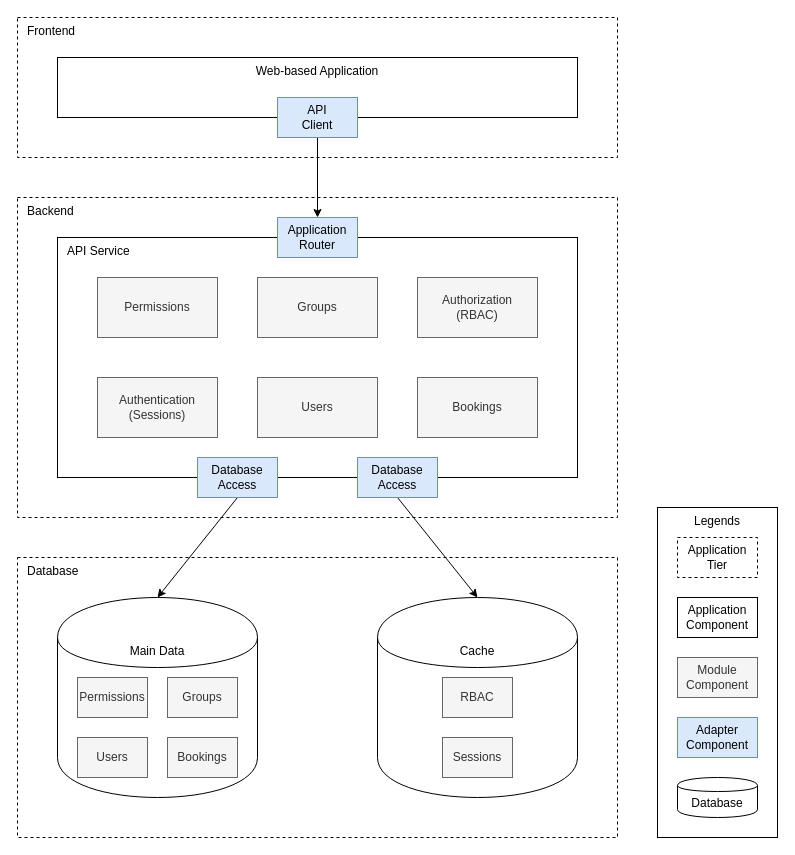
This is page "Level 2" (2 of 2) of docs/architectural-design.drawio from fhg-test/fhg-test, a draw.io file, before an edit. Source tidied: cells renumbered, new cells numbered last; positions are measured from the earlier drawing's top-left corner, leaving out a move shared by most shapes. Both pictures are drawn from the tidied source at 100%, with x=0, y=0 at pixel (17, 17).
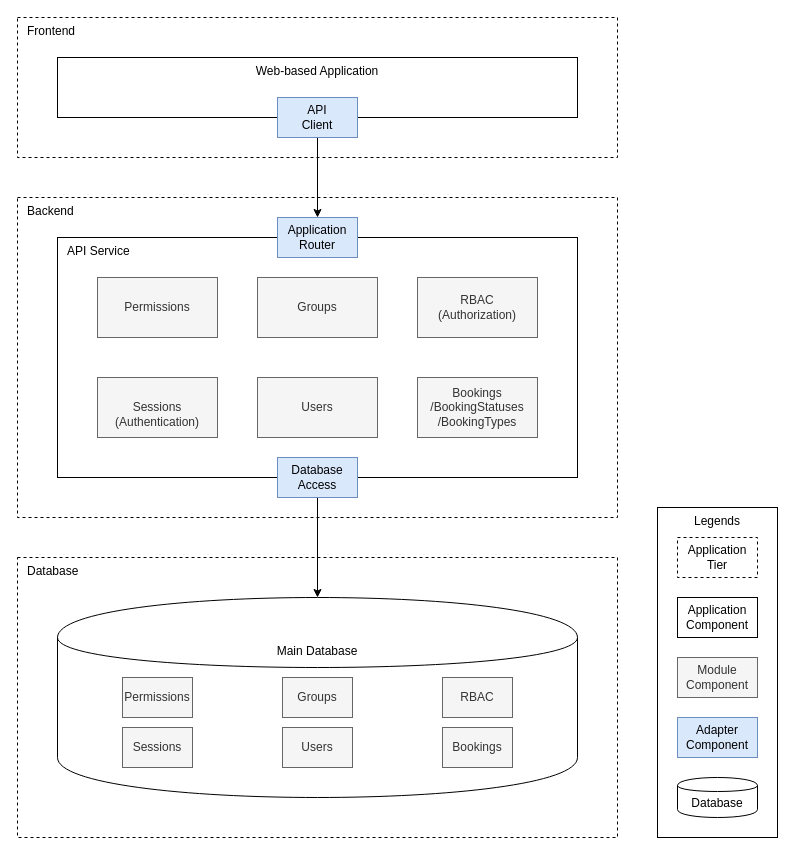
After the change.

Commit message (it also covers changes not shown here):
docs: update Architectural Design, Database Design & Technologies sections

What changed in the source:
```diff
@@
-    <mxCell id="2" value="Database" style="rounded=0;whiteSpace=wrap;html=1;dashed=1;spacingLeft=8;align=left;verticalAlign=top;" parent="1" vertex="1">
+    <mxCell id="2" value="Database" style="rounded=0;whiteSpace=wrap;html=1;dashed=1;spacingLeft=8;align=left;verticalAlign=top;fillColor=#ffffff;" parent="1" vertex="1">
       <mxGeometry y="540" width="600" height="280" as="geometry" />
     </mxCell>
-    <mxCell id="3" value="&lt;span&gt;Backend&lt;/span&gt;" style="rounded=0;whiteSpace=wrap;html=1;dashed=1;align=left;verticalAlign=top;spacingLeft=8;" parent="1" vertex="1">
+    <mxCell id="3" value="&lt;span&gt;Backend&lt;/span&gt;" style="rounded=0;whiteSpace=wrap;html=1;dashed=1;align=left;verticalAlign=top;spacingLeft=8;fillColor=#ffffff;" parent="1" vertex="1">
       <mxGeometry y="180" width="600" height="320" as="geometry" />
     </mxCell>
@@
-    <mxCell id="6" value="API Service" style="rounded=0;whiteSpace=wrap;html=1;align=left;verticalAlign=top;spacingLeft=8;" parent="1" vertex="1">
+    <mxCell id="6" value="API Service" style="rounded=0;whiteSpace=wrap;html=1;align=left;verticalAlign=top;spacingLeft=8;fillColor=#ffffff;" parent="1" vertex="1">
       <mxGeometry x="40" y="220" width="520" height="240" as="geometry" />
     </mxCell>
-    <mxCell id="7" value="Main Data" style="shape=cylinder;whiteSpace=wrap;html=1;boundedLbl=1;backgroundOutline=1;align=center;verticalAlign=top;" parent="1" vertex="1">
-      <mxGeometry x="40" y="580" width="200" height="200" as="geometry" />
+    <mxCell id="7" value="Main Database" style="shape=cylinder;whiteSpace=wrap;html=1;boundedLbl=1;backgroundOutline=1;align=center;verticalAlign=top;fillColor=#ffffff;" parent="1" vertex="1">
+      <mxGeometry x="40" y="580" width="520" height="200" as="geometry" />
     </mxCell>
@@
-    <mxCell id="10" style="endArrow=classic;html=1;exitX=0.5;exitY=1;exitDx=0;exitDy=0;entryX=0.5;entryY=0;entryDx=0;entryDy=0;" parent="1" edge="1" source="33" target="22">
-      <mxGeometry relative="1" as="geometry" />
-    </mxCell>
@@
-    <mxCell id="14" value="Authorization&lt;br&gt;(RBAC)" style="rounded=0;whiteSpace=wrap;html=1;fillColor=#f5f5f5;strokeColor=#666666;fontColor=#333333;" parent="1" vertex="1">
+    <mxCell id="14" value="RBAC&lt;br&gt;(Authorization)" style="rounded=0;whiteSpace=wrap;html=1;fillColor=#f5f5f5;strokeColor=#666666;fontColor=#333333;" parent="1" vertex="1">
       <mxGeometry x="400" y="260" width="120" height="60" as="geometry" />
     </mxCell>
-    <mxCell id="15" value="Bookings" style="rounded=0;whiteSpace=wrap;html=1;fillColor=#f5f5f5;strokeColor=#666666;fontColor=#333333;" parent="1" vertex="1">
+    <mxCell id="15" value="Bookings&lt;br&gt;/BookingStatuses&lt;br&gt;/BookingTypes" style="rounded=0;whiteSpace=wrap;html=1;fillColor=#f5f5f5;strokeColor=#666666;fontColor=#333333;" parent="1" vertex="1">
       <mxGeometry x="400" y="360" width="120" height="60" as="geometry" />
     </mxCell>
@@
     <mxCell id="17" value="Database&lt;br&gt;Access" style="rounded=0;whiteSpace=wrap;html=1;fillColor=#dae8fc;strokeColor=#6c8ebf;" parent="1" vertex="1">
-      <mxGeometry x="180" y="440" width="80" height="40" as="geometry" />
+      <mxGeometry x="260" y="440" width="80" height="40" as="geometry" />
     </mxCell>
     <mxCell id="18" value="Permissions" style="rounded=0;whiteSpace=wrap;html=1;fillColor=#f5f5f5;strokeColor=#666666;fontColor=#333333;" parent="1" vertex="1">
-      <mxGeometry x="60" y="660" width="70" height="40" as="geometry" />
+      <mxGeometry x="105" y="660" width="70" height="40" as="geometry" />
     </mxCell>
     <mxCell id="19" value="Groups" style="rounded=0;whiteSpace=wrap;html=1;fillColor=#f5f5f5;strokeColor=#666666;fontColor=#333333;" parent="1" vertex="1">
-      <mxGeometry x="150" y="660" width="70" height="40" as="geometry" />
+      <mxGeometry x="265" y="660" width="70" height="40" as="geometry" />
     </mxCell>
     <mxCell id="20" value="Users" style="rounded=0;whiteSpace=wrap;html=1;fillColor=#f5f5f5;strokeColor=#666666;fontColor=#333333;" parent="1" vertex="1">
-      <mxGeometry x="60" y="720" width="70" height="40" as="geometry" />
+      <mxGeometry x="265" y="710" width="70" height="40" as="geometry" />
     </mxCell>
     <mxCell id="21" value="Bookings" style="rounded=0;whiteSpace=wrap;html=1;fillColor=#f5f5f5;strokeColor=#666666;fontColor=#333333;" parent="1" vertex="1">
-      <mxGeometry x="150" y="720" width="70" height="40" as="geometry" />
+      <mxGeometry x="425" y="710" width="70" height="40" as="geometry" />
     </mxCell>
-    <mxCell id="22" value="Cache" style="shape=cylinder;whiteSpace=wrap;html=1;boundedLbl=1;backgroundOutline=1;align=center;verticalAlign=top;" parent="1" vertex="1">
-      <mxGeometry x="360" y="580" width="200" height="200" as="geometry" />
-    </mxCell>
@@
     <mxCell id="24" value="Sessions" style="rounded=0;whiteSpace=wrap;html=1;fillColor=#f5f5f5;strokeColor=#666666;fontColor=#333333;" parent="1" vertex="1">
-      <mxGeometry x="425" y="720" width="70" height="40" as="geometry" />
+      <mxGeometry x="105" y="710" width="70" height="40" as="geometry" />
     </mxCell>
-    <mxCell id="25" value="Authentication&lt;br&gt;(Sessions)" style="rounded=0;whiteSpace=wrap;html=1;fillColor=#f5f5f5;strokeColor=#666666;fontColor=#333333;" parent="1" vertex="1">
+    <mxCell id="25" value="&lt;br&gt;Sessions&lt;br&gt;(Authentication)" style="rounded=0;whiteSpace=wrap;html=1;fillColor=#f5f5f5;strokeColor=#666666;fontColor=#333333;" parent="1" vertex="1">
       <mxGeometry x="80" y="360" width="120" height="60" as="geometry" />
     </mxCell>
@@
-    <mxCell id="33" value="Database&lt;br&gt;Access" style="rounded=0;whiteSpace=wrap;html=1;fillColor=#dae8fc;strokeColor=#6c8ebf;" parent="1" vertex="1">
-      <mxGeometry x="340" y="440" width="80" height="40" as="geometry" />
-    </mxCell>
```
